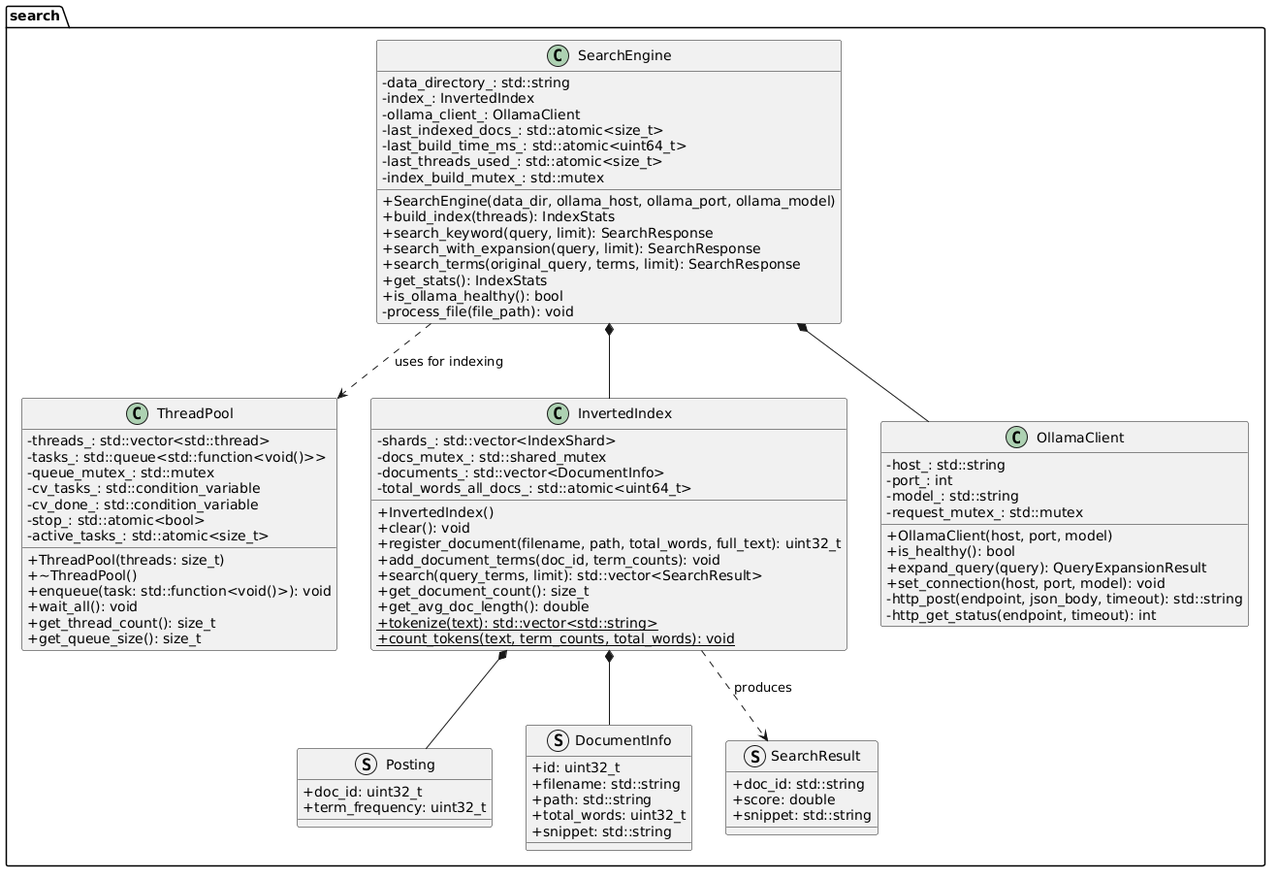
Earlier version of the PlantUML export graphics/png/class_diagram.png (nothome2005/PO_cursova_maslov).
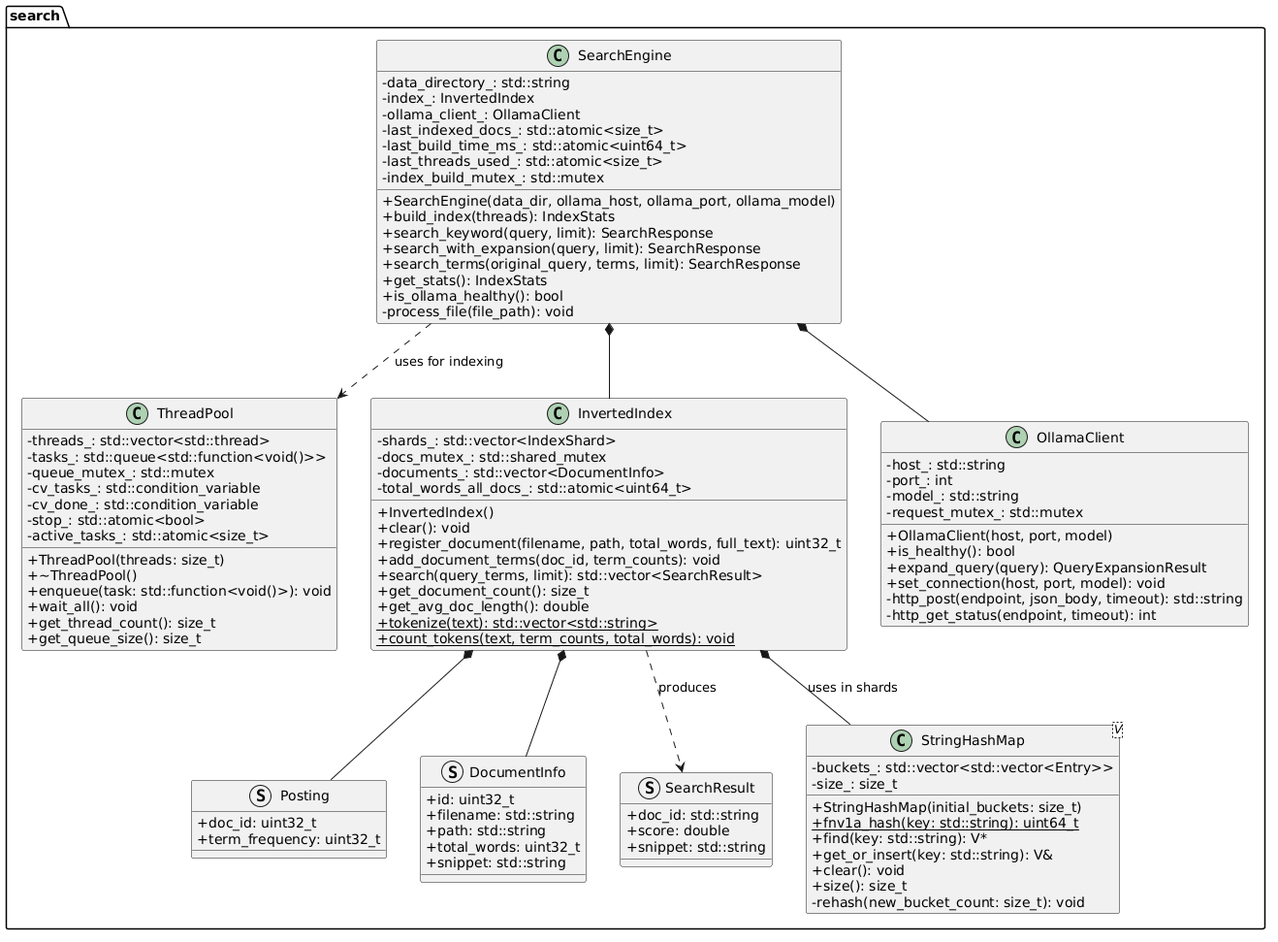
The same diagram one commit later.

Commit message:
docs(uml): оновлено діаграму класів, прокоментований код, промову та графіки

Diff of the diagram source:
```diff
@@ -35,6 +35,18 @@
         + doc_id: std::string
         + score: double
         + snippet: std::string
+    }
+
+    class "StringHashMap<V>" as StringHashMap {
+        - buckets_: std::vector<std::vector<Entry>>
+        - size_: size_t
+        + StringHashMap(initial_buckets: size_t)
+        + {static} fnv1a_hash(key: std::string): uint64_t
+        + find(key: std::string): V*
+        + get_or_insert(key: std::string): V&
+        + clear(): void
+        + size(): size_t
+        - rehash(new_bucket_count: size_t): void
     }
 
     class InvertedIndex {
@@ -87,6 +99,7 @@
 
 InvertedIndex *-- Posting
 InvertedIndex *-- DocumentInfo
+InvertedIndex *-- StringHashMap : uses in shards
 InvertedIndex ..> SearchResult : produces
 SearchEngine *-- InvertedIndex
 SearchEngine *-- OllamaClient
```
